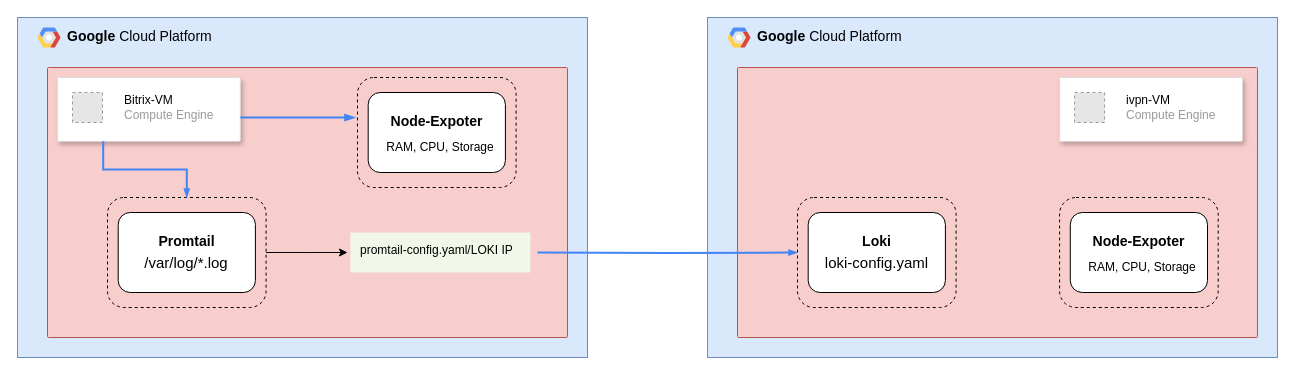
Earlier version of the draw.io diagram Untitled Diagram.drawio (naveen09111997/nodered-k8s). Source tidied: cells renumbered, new cells numbered last; positions are measured from the earlier drawing's top-left corner, leaving out a move shared by most shapes. Both pictures are drawn from the tidied source at 100%, with x=0, y=0 at pixel (17, 17). Pictures stored in the file or linked from it are replaced by grey dashed boxes.
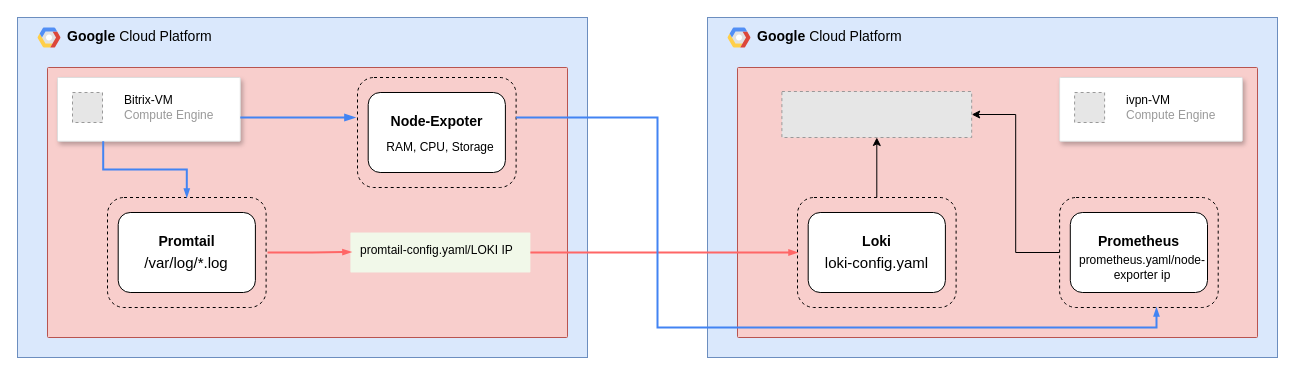
After the change.

Commit message:
bitrix-loki

The change refers to these unchanged cells:
```xml
<mxCell id="8" style="rounded=1;whiteSpace=wrap;html=1;dashed=1;fillColor=none;" parent="1" vertex="1">
  <mxGeometry x="90" y="180" width="158.6" height="110" as="geometry" />
</mxCell>
<mxCell id="20" style="rounded=1;whiteSpace=wrap;html=1;dashed=1;fillColor=none;" parent="1" vertex="1">
  <mxGeometry x="780" y="180" width="158.6" height="110" as="geometry" />
</mxCell>
<mxCell id="23" style="rounded=1;whiteSpace=wrap;html=1;dashed=1;fillColor=none;" parent="1" vertex="1">
  <mxGeometry x="1042.1" y="180" width="158.6" height="110" as="geometry" />
</mxCell>
<mxCell id="27" value="promtail-config.yaml/LOKI IP" style="sketch=0;points=[[0,0,0],[0.25,0,0],[0.5,0,0],[0.75,0,0],[1,0,0],[1,0.25,0],[1,0.5,0],[1,0.75,0],[1,1,0],[0.75,1,0],[0.5,1,0],[0.25,1,0],[0,1,0],[0,0.75,0],[0,0.5,0],[0,0.25,0]];rounded=1;absoluteArcSize=1;arcSize=2;html=1;strokeColor=none;gradientColor=none;shadow=0;dashed=0;fontSize=12;fontColor=#000000;align=left;verticalAlign=top;spacing=10;spacingTop=-4;whiteSpace=wrap;fillColor=#F1F8E9;" parent="1" vertex="1">
  <mxGeometry x="332.9" y="215" width="180" height="40" as="geometry" />
</mxCell>
```

Change to the diagram source:
```diff
@@
-    <mxCell id="7" style="edgeStyle=orthogonalEdgeStyle;rounded=0;jettySize=auto;html=1;" parent="1" edge="1" source="8">
-      <mxGeometry relative="1" as="geometry">
-        <mxPoint x="330" y="235" as="targetPoint" />
-      </mxGeometry>
-    </mxCell>
@@
+    <mxCell id="29" style="edgeStyle=orthogonalEdgeStyle;rounded=0;jettySize=auto;html=1;" parent="1" edge="1" source="20" target="33">
+      <mxGeometry relative="1" as="geometry" />
+    </mxCell>
@@
+    <mxCell id="30" style="edgeStyle=orthogonalEdgeStyle;rounded=0;jettySize=auto;html=1;entryX=1;entryY=0.5;entryDx=0;entryDy=0;" parent="1" edge="1" source="23" target="33">
+      <mxGeometry relative="1" as="geometry" />
+    </mxCell>
@@
-    <mxCell id="24" value="&lt;h3&gt;Node-Expoter&lt;/h3&gt;" style="rounded=1;whiteSpace=wrap;html=1;verticalAlign=top;" parent="1" vertex="1">
+    <mxCell id="24" value="&lt;h3&gt;Prometheus&lt;/h3&gt;" style="rounded=1;whiteSpace=wrap;html=1;verticalAlign=top;" parent="1" vertex="1">
       <mxGeometry x="1052.8" y="195" width="137.2" height="80" as="geometry" />
     </mxCell>
-    <mxCell id="25" value="RAM, CPU, Storage" style="text;html=1;strokeColor=none;fillColor=none;align=center;verticalAlign=middle;whiteSpace=wrap;rounded=0;" parent="1" vertex="1">
+    <mxCell id="25" value="prometheus.yaml/node-exporter ip" style="text;html=1;strokeColor=none;fillColor=none;align=center;verticalAlign=middle;whiteSpace=wrap;rounded=0;" parent="1" vertex="1">
       <mxGeometry x="1060" y="240" width="130" height="20" as="geometry" />
     </mxCell>
@@
-    <mxCell id="28" style="edgeStyle=orthogonalEdgeStyle;fontSize=12;html=1;endArrow=blockThin;endFill=1;rounded=0;strokeWidth=2;endSize=4;startSize=4;dashed=0;strokeColor=#4284F3;entryX=0;entryY=0.5;entryDx=0;entryDy=0;" parent="1" edge="1" target="20">
-      <mxGeometry relative="1" as="geometry">
-        <mxPoint x="520" y="235" as="sourcePoint" />
-      </mxGeometry>
+    <mxCell id="28" style="edgeStyle=orthogonalEdgeStyle;fontSize=12;html=1;endArrow=blockThin;endFill=1;rounded=0;strokeWidth=2;endSize=4;startSize=4;dashed=0;strokeColor=#FF6666;entryX=0;entryY=0.5;entryDx=0;entryDy=0;exitX=1;exitY=0.5;exitDx=0;exitDy=0;exitPerimeter=0;" parent="1" edge="1" source="27" target="20">
+      <mxGeometry relative="1" as="geometry" />
     </mxCell>
+    <mxCell id="31" style="edgeStyle=orthogonalEdgeStyle;fontSize=12;html=1;endArrow=blockThin;endFill=1;rounded=0;strokeWidth=2;endSize=4;startSize=4;dashed=0;strokeColor=#FF6666;" parent="1" edge="1">
+      <mxGeometry relative="1" as="geometry">
+        <mxPoint x="250" y="235" as="sourcePoint" />
+        <mxPoint x="333.9" y="234.5" as="targetPoint" />
+        <Array as="points">
+          <mxPoint x="295.1" y="235" />
+        </Array>
+      </mxGeometry>
+    </mxCell>
+    <mxCell id="32" style="edgeStyle=orthogonalEdgeStyle;fontSize=12;html=1;endArrow=blockThin;endFill=1;rounded=0;strokeWidth=2;endSize=4;startSize=4;dashed=0;strokeColor=#4284F3;entryX=0.611;entryY=1;entryDx=0;entryDy=0;entryPerimeter=0;" parent="1" edge="1" target="23">
+      <mxGeometry relative="1" as="geometry">
+        <mxPoint x="498.6" y="100" as="sourcePoint" />
+        <Array as="points">
+          <mxPoint x="640" y="100" />
+          <mxPoint x="640" y="310" />
+          <mxPoint x="1139" y="310" />
+        </Array>
+      </mxGeometry>
+    </mxCell>
+    <mxCell id="33" style="fillColor=#E6E6E6;strokeColor=#999999;dashed=1;verticalLabelPosition=bottom;labelBackgroundColor=default;verticalAlign=top;" parent="1" vertex="1">
+      <mxGeometry x="764.4" y="74" width="189.8" height="46" as="geometry" />
+    </mxCell>
```
